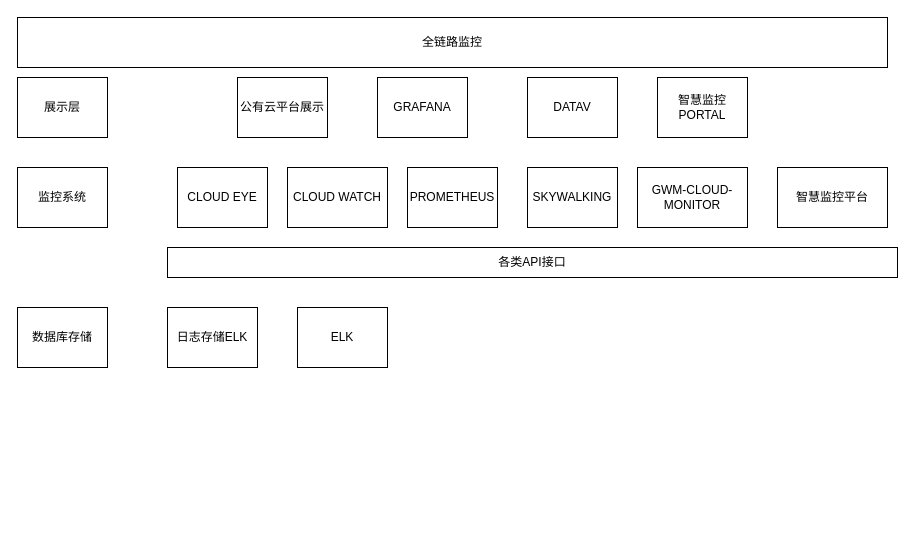
This is 全链路监控.drawio from tengxiao/zabbix-report, a draw.io file, before an edit. Source tidied: cells renumbered, new cells numbered last; positions are measured from the earlier drawing's top-left corner, leaving out a move shared by most shapes. Both pictures are drawn from the tidied source at 100%, with x=0, y=0 at pixel (17, 17).
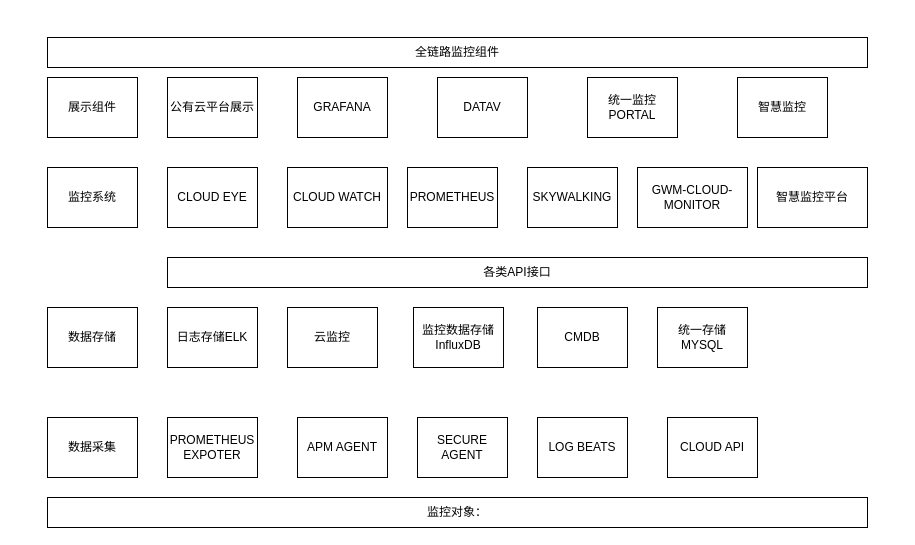
After the change.

Commit message:
更新全链路监控.drawio

Change to the diagram source:
```diff
@@
-    <mxCell id="2" value="全链路监控" style="rounded=0;whiteSpace=wrap;html=1;" parent="1" vertex="1">
-      <mxGeometry width="870" height="50" as="geometry" />
+    <mxCell id="2" value="全链路监控组件" style="rounded=0;whiteSpace=wrap;html=1;" parent="1" vertex="1">
+      <mxGeometry x="30" y="20" width="820" height="30" as="geometry" />
     </mxCell>
-    <mxCell id="3" value="展示层" style="rounded=0;whiteSpace=wrap;html=1;" parent="1" vertex="1">
-      <mxGeometry y="60" width="90" height="60" as="geometry" />
+    <mxCell id="3" value="展示组件" style="rounded=0;whiteSpace=wrap;html=1;" parent="1" vertex="1">
+      <mxGeometry x="30" y="60" width="90" height="60" as="geometry" />
     </mxCell>
     <mxCell id="4" value="公有云平台展示" style="rounded=0;whiteSpace=wrap;html=1;" parent="1" vertex="1">
-      <mxGeometry x="220" y="60" width="90" height="60" as="geometry" />
+      <mxGeometry x="150" y="60" width="90" height="60" as="geometry" />
     </mxCell>
     <mxCell id="5" value="GRAFANA" style="rounded=0;whiteSpace=wrap;html=1;" parent="1" vertex="1">
-      <mxGeometry x="360" y="60" width="90" height="60" as="geometry" />
+      <mxGeometry x="280" y="60" width="90" height="60" as="geometry" />
     </mxCell>
     <mxCell id="6" value="DATAV" style="rounded=0;whiteSpace=wrap;html=1;" parent="1" vertex="1">
-      <mxGeometry x="510" y="60" width="90" height="60" as="geometry" />
+      <mxGeometry x="420" y="60" width="90" height="60" as="geometry" />
     </mxCell>
-    <mxCell id="7" value="智慧监控PORTAL" style="rounded=0;whiteSpace=wrap;html=1;" parent="1" vertex="1">
-      <mxGeometry x="640" y="60" width="90" height="60" as="geometry" />
+    <mxCell id="7" value="统一监控PORTAL" style="rounded=0;whiteSpace=wrap;html=1;" parent="1" vertex="1">
+      <mxGeometry x="570" y="60" width="90" height="60" as="geometry" />
     </mxCell>
     <mxCell id="8" value="监控系统" style="rounded=0;whiteSpace=wrap;html=1;" parent="1" vertex="1">
-      <mxGeometry y="150" width="90" height="60" as="geometry" />
+      <mxGeometry x="30" y="150" width="90" height="60" as="geometry" />
     </mxCell>
     <mxCell id="9" value="CLOUD EYE" style="rounded=0;whiteSpace=wrap;html=1;" parent="1" vertex="1">
-      <mxGeometry x="160" y="150" width="90" height="60" as="geometry" />
+      <mxGeometry x="150" y="150" width="90" height="60" as="geometry" />
     </mxCell>
@@
     <mxCell id="14" value="智慧监控平台" style="rounded=0;whiteSpace=wrap;html=1;" parent="1" vertex="1">
-      <mxGeometry x="760" y="150" width="110" height="60" as="geometry" />
+      <mxGeometry x="740" y="150" width="110" height="60" as="geometry" />
     </mxCell>
-    <mxCell id="15" value="数据库存储" style="rounded=0;whiteSpace=wrap;html=1;" parent="1" vertex="1">
-      <mxGeometry y="290" width="90" height="60" as="geometry" />
+    <mxCell id="15" value="数据存储" style="rounded=0;whiteSpace=wrap;html=1;" parent="1" vertex="1">
+      <mxGeometry x="30" y="290" width="90" height="60" as="geometry" />
     </mxCell>
-    <mxCell id="16" value="ELK" style="rounded=0;whiteSpace=wrap;html=1;" parent="1" vertex="1">
-      <mxGeometry x="280" y="290" width="90" height="60" as="geometry" />
+    <mxCell id="16" value="统一存储MYSQL" style="rounded=0;whiteSpace=wrap;html=1;" parent="1" vertex="1">
+      <mxGeometry x="640" y="290" width="90" height="60" as="geometry" />
     </mxCell>
     <mxCell id="17" value="各类API接口" style="rounded=0;whiteSpace=wrap;html=1;" parent="1" vertex="1">
-      <mxGeometry x="150" y="230" width="730" height="30" as="geometry" />
+      <mxGeometry x="150" y="240" width="700" height="30" as="geometry" />
     </mxCell>
@@
+    <mxCell id="19" value="云监控" style="rounded=0;whiteSpace=wrap;html=1;" parent="1" vertex="1">
+      <mxGeometry x="270" y="290" width="90" height="60" as="geometry" />
+    </mxCell>
+    <mxCell id="20" value="监控数据存储&lt;br&gt;InfluxDB" style="rounded=0;whiteSpace=wrap;html=1;" parent="1" vertex="1">
+      <mxGeometry x="396" y="290" width="90" height="60" as="geometry" />
+    </mxCell>
+    <mxCell id="21" value="CMDB" style="rounded=0;whiteSpace=wrap;html=1;" parent="1" vertex="1">
+      <mxGeometry x="520" y="290" width="90" height="60" as="geometry" />
+    </mxCell>
+    <mxCell id="22" value="数据采集" style="rounded=0;whiteSpace=wrap;html=1;" parent="1" vertex="1">
+      <mxGeometry x="30" y="400" width="90" height="60" as="geometry" />
+    </mxCell>
+    <mxCell id="23" value="PROMETHEUS&lt;br&gt;EXPOTER" style="rounded=0;whiteSpace=wrap;html=1;" parent="1" vertex="1">
+      <mxGeometry x="150" y="400" width="90" height="60" as="geometry" />
+    </mxCell>
+    <mxCell id="24" value="APM AGENT" style="rounded=0;whiteSpace=wrap;html=1;" parent="1" vertex="1">
+      <mxGeometry x="280" y="400" width="90" height="60" as="geometry" />
+    </mxCell>
+    <mxCell id="25" value="SECURE AGENT" style="rounded=0;whiteSpace=wrap;html=1;" parent="1" vertex="1">
+      <mxGeometry x="400" y="400" width="90" height="60" as="geometry" />
+    </mxCell>
+    <mxCell id="26" value="LOG BEATS" style="rounded=0;whiteSpace=wrap;html=1;" parent="1" vertex="1">
+      <mxGeometry x="520" y="400" width="90" height="60" as="geometry" />
+    </mxCell>
+    <mxCell id="27" value="智慧监控" style="rounded=0;whiteSpace=wrap;html=1;" parent="1" vertex="1">
+      <mxGeometry x="720" y="60" width="90" height="60" as="geometry" />
+    </mxCell>
+    <mxCell id="28" value="CLOUD API" style="rounded=0;whiteSpace=wrap;html=1;" parent="1" vertex="1">
+      <mxGeometry x="650" y="400" width="90" height="60" as="geometry" />
+    </mxCell>
+    <mxCell id="29" value="监控对象：" style="rounded=0;whiteSpace=wrap;html=1;" parent="1" vertex="1">
+      <mxGeometry x="30" y="480" width="820" height="30" as="geometry" />
+    </mxCell>
```
